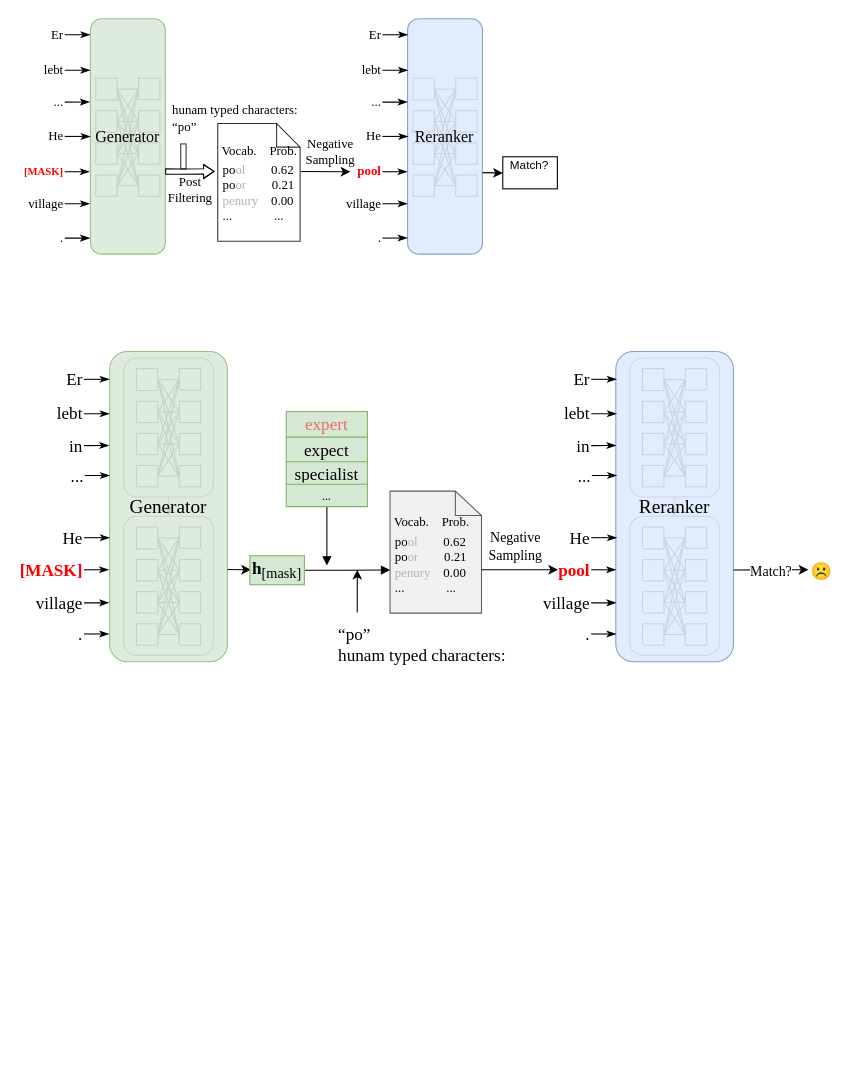
Before: generator-reranker.drawio in yc1999/electra_pytorch, a draw.io diagram. Source tidied: cells renumbered, new cells numbered last; positions are measured from the earlier drawing's top-left corner, leaving out a move shared by most shapes. Both pictures are drawn from the tidied source at 107%, with x=0, y=0 at pixel (19, 18).
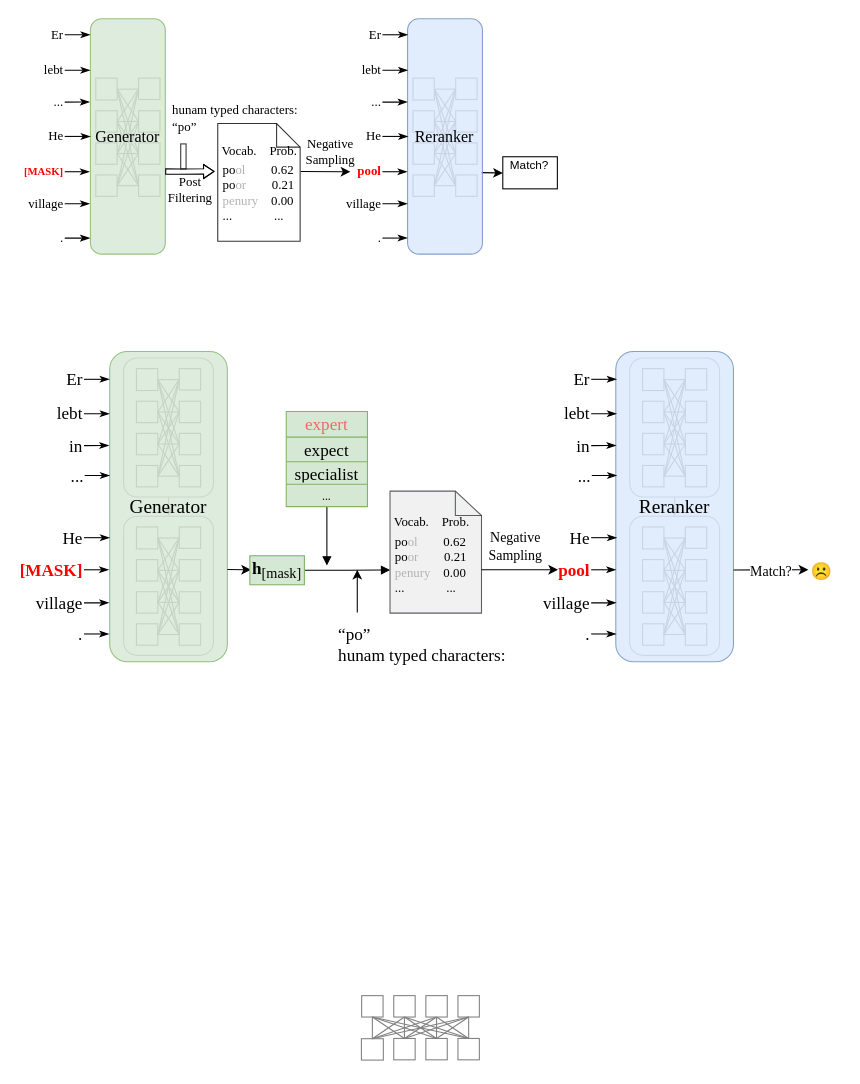
After the change.

Diff of the diagram source:
```diff
@@
+    <mxCell id="269" style="group;rotation=-90;" parent="1" vertex="1">
+      <mxGeometry x="336.5" y="831" width="75" height="220" as="geometry" />
+    </mxCell>
+    <mxCell id="270" style="group;rotation=-90;" parent="269" vertex="1">
+      <mxGeometry x="23" y="32" width="70" height="150.5" as="geometry" />
+    </mxCell>
+    <mxCell id="271" style="group;rotation=-90;" parent="270" vertex="1">
+      <mxGeometry x="-15" y="25" width="60" height="110.5" as="geometry" />
+    </mxCell>
+    <mxCell id="272" style="rounded=0;whiteSpace=wrap;html=1;fontFamily=Times New Roman;fontSize=2;strokeColor=#808080;rotation=-90;" parent="271" vertex="1">
+      <mxGeometry x="-25" y="65" width="20" height="20.5" as="geometry" />
+    </mxCell>
+    <mxCell id="273" style="edgeStyle=none;rounded=0;jettySize=auto;html=1;exitX=1;exitY=0.5;exitDx=0;exitDy=0;fontFamily=Times New Roman;fontSize=2;endArrow=none;endFill=0;strokeColor=#808080;" parent="271" edge="1" source="274">
+      <mxGeometry relative="1" as="geometry">
+        <mxPoint x="45" y="45" as="targetPoint" />
+      </mxGeometry>
+    </mxCell>
+    <mxCell id="274" style="rounded=0;whiteSpace=wrap;html=1;fontFamily=Times New Roman;fontSize=2;strokeColor=#808080;rotation=-90;" parent="271" vertex="1">
+      <mxGeometry x="5" y="65" width="20" height="20" as="geometry" />
+    </mxCell>
+    <mxCell id="275" style="rounded=0;whiteSpace=wrap;html=1;fontFamily=Times New Roman;fontSize=2;strokeColor=#808080;rotation=-90;" parent="271" vertex="1">
+      <mxGeometry x="35" y="65" width="20" height="20" as="geometry" />
+    </mxCell>
+    <mxCell id="276" style="rounded=0;whiteSpace=wrap;html=1;fontFamily=Times New Roman;fontSize=2;strokeColor=#808080;rotation=-90;" parent="271" vertex="1">
+      <mxGeometry x="65" y="65" width="20" height="20" as="geometry" />
+    </mxCell>
+    <mxCell id="277" style="rounded=0;whiteSpace=wrap;html=1;fontFamily=Times New Roman;fontSize=2;strokeColor=#808080;rotation=-90;" parent="271" vertex="1">
+      <mxGeometry x="-25" y="25" width="20" height="20" as="geometry" />
+    </mxCell>
+    <mxCell id="278" style="edgeStyle=orthogonalEdgeStyle;rounded=0;jettySize=auto;html=1;entryX=0;entryY=0.5;entryDx=0;entryDy=0;fontFamily=Times New Roman;fontSize=2;endArrow=none;endFill=0;strokeColor=#808080;" parent="271" edge="1" source="272" target="277">
+      <mxGeometry relative="1" as="geometry" />
+    </mxCell>
+    <mxCell id="279" style="edgeStyle=none;rounded=0;jettySize=auto;html=1;exitX=1;exitY=0.5;exitDx=0;exitDy=0;entryX=0;entryY=0.5;entryDx=0;entryDy=0;fontFamily=Times New Roman;fontSize=2;endArrow=none;endFill=0;strokeColor=#808080;" parent="271" edge="1" source="274" target="277">
+      <mxGeometry relative="1" as="geometry" />
+    </mxCell>
+    <mxCell id="280" style="edgeStyle=none;rounded=0;jettySize=auto;html=1;exitX=1;exitY=0.5;exitDx=0;exitDy=0;entryX=0;entryY=0.5;entryDx=0;entryDy=0;fontFamily=Times New Roman;fontSize=2;endArrow=none;endFill=0;strokeColor=#808080;" parent="271" edge="1" source="275" target="277">
+      <mxGeometry relative="1" as="geometry" />
+    </mxCell>
+    <mxCell id="281" style="edgeStyle=none;rounded=0;jettySize=auto;html=1;exitX=1;exitY=0.5;exitDx=0;exitDy=0;entryX=0;entryY=0.5;entryDx=0;entryDy=0;fontFamily=Times New Roman;fontSize=2;endArrow=none;endFill=0;strokeColor=#808080;" parent="271" edge="1" source="276" target="277">
+      <mxGeometry relative="1" as="geometry" />
+    </mxCell>
+    <mxCell id="282" style="rounded=0;whiteSpace=wrap;html=1;fontFamily=Times New Roman;fontSize=2;strokeColor=#808080;rotation=-90;" parent="271" vertex="1">
+      <mxGeometry x="5" y="25" width="20" height="20" as="geometry" />
+    </mxCell>
+    <mxCell id="283" style="edgeStyle=none;rounded=0;jettySize=auto;html=1;entryX=0;entryY=0.5;entryDx=0;entryDy=0;fontFamily=Times New Roman;fontSize=2;endArrow=none;endFill=0;exitX=1;exitY=0.5;exitDx=0;exitDy=0;strokeColor=#808080;" parent="271" edge="1" source="272" target="282">
+      <mxGeometry relative="1" as="geometry" />
+    </mxCell>
+    <mxCell id="284" style="edgeStyle=none;rounded=0;jettySize=auto;html=1;exitX=1;exitY=0.5;exitDx=0;exitDy=0;entryX=0;entryY=0.5;entryDx=0;entryDy=0;fontFamily=Times New Roman;fontSize=2;endArrow=none;endFill=0;strokeColor=#808080;" parent="271" edge="1" source="274" target="282">
+      <mxGeometry relative="1" as="geometry" />
+    </mxCell>
+    <mxCell id="285" style="edgeStyle=none;rounded=0;jettySize=auto;html=1;exitX=1;exitY=0.5;exitDx=0;exitDy=0;entryX=0;entryY=0.5;entryDx=0;entryDy=0;fontFamily=Times New Roman;fontSize=2;endArrow=none;endFill=0;strokeColor=#808080;" parent="271" edge="1" source="275" target="282">
+      <mxGeometry relative="1" as="geometry" />
+    </mxCell>
+    <mxCell id="286" style="edgeStyle=none;rounded=0;jettySize=auto;html=1;exitX=1;exitY=0.5;exitDx=0;exitDy=0;entryX=0;entryY=0.5;entryDx=0;entryDy=0;fontFamily=Times New Roman;fontSize=2;endArrow=none;endFill=0;strokeColor=#808080;" parent="271" edge="1" source="276" target="282">
+      <mxGeometry relative="1" as="geometry" />
+    </mxCell>
+    <mxCell id="287" style="rounded=0;whiteSpace=wrap;html=1;fontFamily=Times New Roman;fontSize=2;strokeColor=#808080;rotation=-90;" parent="271" vertex="1">
+      <mxGeometry x="35" y="25" width="20" height="20" as="geometry" />
+    </mxCell>
+    <mxCell id="288" style="edgeStyle=none;rounded=0;jettySize=auto;html=1;entryX=0;entryY=0.5;entryDx=0;entryDy=0;fontFamily=Times New Roman;fontSize=2;endArrow=none;endFill=0;exitX=1;exitY=0.5;exitDx=0;exitDy=0;strokeColor=#808080;" parent="271" edge="1" source="272" target="287">
+      <mxGeometry relative="1" as="geometry" />
+    </mxCell>
+    <mxCell id="289" style="edgeStyle=none;rounded=0;jettySize=auto;html=1;exitX=1;exitY=0.5;exitDx=0;exitDy=0;entryX=0;entryY=0.5;entryDx=0;entryDy=0;fontFamily=Times New Roman;fontSize=2;endArrow=none;endFill=0;strokeColor=#808080;" parent="271" edge="1" source="275" target="287">
+      <mxGeometry relative="1" as="geometry" />
+    </mxCell>
+    <mxCell id="290" style="edgeStyle=none;rounded=0;jettySize=auto;html=1;exitX=1;exitY=0.5;exitDx=0;exitDy=0;entryX=0;entryY=0.5;entryDx=0;entryDy=0;fontFamily=Times New Roman;fontSize=2;endArrow=none;endFill=0;strokeColor=#808080;" parent="271" edge="1" source="276" target="287">
+      <mxGeometry relative="1" as="geometry" />
+    </mxCell>
+    <mxCell id="291" style="rounded=0;whiteSpace=wrap;html=1;fontFamily=Times New Roman;fontSize=2;strokeColor=#808080;rotation=-90;" parent="271" vertex="1">
+      <mxGeometry x="65" y="25" width="20" height="20" as="geometry" />
+    </mxCell>
+    <mxCell id="292" style="edgeStyle=none;rounded=0;jettySize=auto;html=1;entryX=0;entryY=0.5;entryDx=0;entryDy=0;fontFamily=Times New Roman;fontSize=2;endArrow=none;endFill=0;exitX=1;exitY=0.5;exitDx=0;exitDy=0;strokeColor=#808080;" parent="271" edge="1" source="272" target="291">
+      <mxGeometry relative="1" as="geometry" />
+    </mxCell>
+    <mxCell id="293" style="edgeStyle=none;rounded=0;jettySize=auto;html=1;exitX=1;exitY=0.5;exitDx=0;exitDy=0;entryX=0;entryY=0.5;entryDx=0;entryDy=0;fontFamily=Times New Roman;fontSize=2;endArrow=none;endFill=0;strokeColor=#808080;" parent="271" edge="1" source="274" target="291">
+      <mxGeometry relative="1" as="geometry" />
+    </mxCell>
+    <mxCell id="294" style="edgeStyle=none;rounded=0;jettySize=auto;html=1;exitX=1;exitY=0.5;exitDx=0;exitDy=0;entryX=0;entryY=0.5;entryDx=0;entryDy=0;fontFamily=Times New Roman;fontSize=2;endArrow=none;endFill=0;strokeColor=#808080;" parent="271" edge="1" source="275" target="291">
+      <mxGeometry relative="1" as="geometry" />
+    </mxCell>
+    <mxCell id="295" style="edgeStyle=none;rounded=0;jettySize=auto;html=1;exitX=1;exitY=0.5;exitDx=0;exitDy=0;entryX=0;entryY=0.5;entryDx=0;entryDy=0;fontFamily=Times New Roman;fontSize=2;endArrow=none;endFill=0;strokeColor=#808080;" parent="271" edge="1" source="276" target="291">
+      <mxGeometry relative="1" as="geometry" />
+    </mxCell>
+    <mxCell id="296" style="edgeStyle=none;rounded=0;orthogonalLoop=1;jettySize=auto;html=1;entryX=1;entryY=0.5;entryDx=0;entryDy=0;fontFamily=Times New Roman;fontSize=2;endArrow=none;endFill=0;strokeColor=#808080;" parent="271" edge="1" source="272" target="272">
+      <mxGeometry relative="1" as="geometry" />
+    </mxCell>
```
